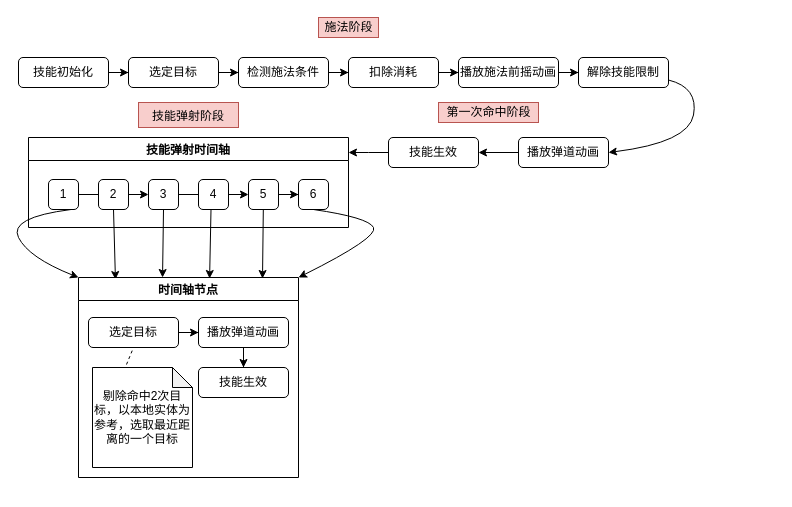
Above: Untitled Diagram.drawio in yuejin86/book (draw.io), before the change. Source tidied: cells renumbered, new cells numbered last; positions are measured from the earlier drawing's top-left corner, leaving out a move shared by most shapes. Both pictures are drawn from the tidied source at 100%, with x=0, y=0 at pixel (8, 17).
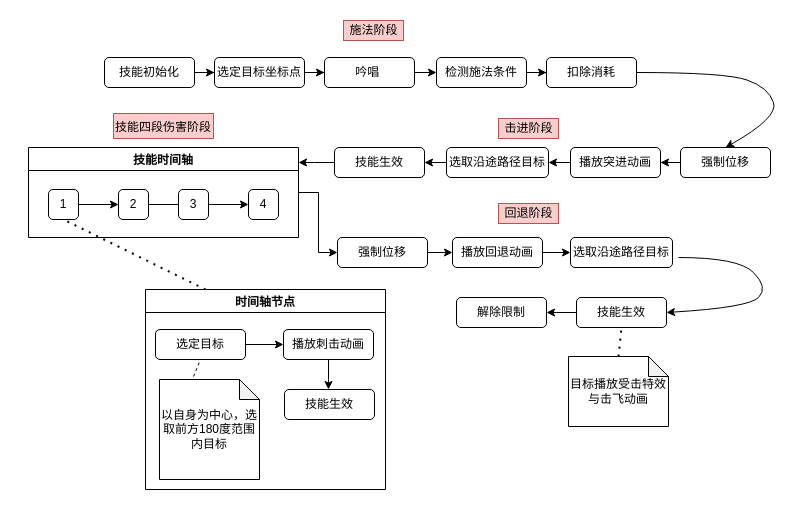
The same diagram, later.

The change refers to these unchanged cells:
```xml
<mxCell id="22" value="1" style="rounded=1;whiteSpace=wrap;html=1;" parent="20" vertex="1">
  <mxGeometry x="20" y="42" width="30" height="30" as="geometry" />
</mxCell>
```

Change to the diagram source:
```diff
@@
     <mxCell id="3" value="技能初始化" style="rounded=1;whiteSpace=wrap;html=1;" parent="1" vertex="1">
-      <mxGeometry x="10" y="40" width="90" height="30" as="geometry" />
+      <mxGeometry x="96" y="40" width="90" height="30" as="geometry" />
     </mxCell>
-    <mxCell id="4" style="edgeStyle=orthogonalEdgeStyle;rounded=0;jettySize=auto;html=1;" parent="1" edge="1" source="5" target="7">
-      <mxGeometry relative="1" as="geometry" />
-    </mxCell>
+    <mxCell id="45" style="edgeStyle=orthogonalEdgeStyle;rounded=0;jettySize=auto;html=1;" parent="1" edge="1" source="5" target="56">
+      <mxGeometry relative="1" as="geometry" />
+    </mxCell>
-    <mxCell id="5" value="选定目标" style="rounded=1;whiteSpace=wrap;html=1;" parent="1" vertex="1">
-      <mxGeometry x="120" y="40" width="90" height="30" as="geometry" />
+    <mxCell id="5" value="选定目标坐标点" style="rounded=1;whiteSpace=wrap;html=1;" parent="1" vertex="1">
+      <mxGeometry x="206" y="40" width="90" height="30" as="geometry" />
     </mxCell>
@@
     <mxCell id="7" value="检测施法条件" style="rounded=1;whiteSpace=wrap;html=1;" parent="1" vertex="1">
-      <mxGeometry x="230" y="40" width="90" height="30" as="geometry" />
+      <mxGeometry x="428" y="40" width="90" height="30" as="geometry" />
     </mxCell>
-    <mxCell id="8" style="edgeStyle=orthogonalEdgeStyle;rounded=0;jettySize=auto;html=1;" parent="1" edge="1" source="9" target="11">
-      <mxGeometry relative="1" as="geometry" />
-    </mxCell>
     <mxCell id="9" value="扣除消耗" style="rounded=1;whiteSpace=wrap;html=1;" parent="1" vertex="1">
-      <mxGeometry x="340" y="40" width="90" height="30" as="geometry" />
+      <mxGeometry x="538" y="40" width="90" height="30" as="geometry" />
     </mxCell>
-    <mxCell id="10" style="edgeStyle=orthogonalEdgeStyle;rounded=0;jettySize=auto;html=1;" parent="1" edge="1" source="11" target="12">
-      <mxGeometry relative="1" as="geometry" />
-    </mxCell>
-    <mxCell id="11" value="播放施法前摇动画" style="rounded=1;whiteSpace=wrap;html=1;" parent="1" vertex="1">
-      <mxGeometry x="450" y="40" width="100" height="30" as="geometry" />
-    </mxCell>
-    <mxCell id="12" value="解除技能限制" style="rounded=1;whiteSpace=wrap;html=1;" parent="1" vertex="1">
-      <mxGeometry x="570" y="40" width="90" height="30" as="geometry" />
-    </mxCell>
@@
-    <mxCell id="14" value="播放弹道动画" style="rounded=1;whiteSpace=wrap;html=1;" parent="1" vertex="1">
-      <mxGeometry x="510" y="120" width="90" height="30" as="geometry" />
+    <mxCell id="14" value="强制位移" style="rounded=1;whiteSpace=wrap;html=1;" parent="1" vertex="1">
+      <mxGeometry x="672" y="130" width="90" height="30" as="geometry" />
     </mxCell>
-    <mxCell id="15" style="edgeStyle=orthogonalEdgeStyle;rounded=0;jettySize=auto;html=1;" parent="1" edge="1" source="16">
-      <mxGeometry relative="1" as="geometry">
-        <mxPoint x="340" y="135" as="targetPoint" />
-      </mxGeometry>
+    <mxCell id="15" style="edgeStyle=orthogonalEdgeStyle;rounded=0;jettySize=auto;html=1;entryX=1;entryY=0.5;entryDx=0;entryDy=0;" parent="1" edge="1" source="16" target="52">
+      <mxGeometry relative="1" as="geometry" />
     </mxCell>
-    <mxCell id="16" value="技能生效" style="rounded=1;whiteSpace=wrap;html=1;" parent="1" vertex="1">
-      <mxGeometry x="380" y="120" width="90" height="30" as="geometry" />
+    <mxCell id="16" value="播放突进动画" style="rounded=1;whiteSpace=wrap;html=1;" parent="1" vertex="1">
+      <mxGeometry x="562" y="130" width="90" height="30" as="geometry" />
     </mxCell>
-    <mxCell id="17" style="curved=1;endArrow=classic;html=1;rounded=0;entryX=1;entryY=0.5;entryDx=0;entryDy=0;exitX=1;exitY=0.75;exitDx=0;exitDy=0;" parent="1" edge="1" source="12" target="14">
+    <mxCell id="17" style="curved=1;endArrow=classic;html=1;rounded=0;entryX=0.5;entryY=0;entryDx=0;entryDy=0;" parent="1" edge="1" source="9" target="14">
       <mxGeometry relative="1" as="geometry">
         <Array as="points">
-          <mxPoint x="690" y="70" />
-          <mxPoint x="680" y="125" />
+          <mxPoint x="717" y="55" />
+          <mxPoint x="760" y="70" />
+          <mxPoint x="770" y="100" />
         </Array>
       </mxGeometry>
     </mxCell>
     <mxCell id="18" value="施法阶段" style="text;html=1;align=center;verticalAlign=middle;strokeColor=#b85450;fillColor=#f8cecc;" parent="1" vertex="1">
-      <mxGeometry x="310" width="60" height="20" as="geometry" />
+      <mxGeometry x="335" y="3" width="60" height="20" as="geometry" />
     </mxCell>
-    <mxCell id="19" value="第一次命中阶段" style="text;html=1;align=center;verticalAlign=middle;strokeColor=#b85450;fillColor=#f8cecc;" parent="1" vertex="1">
-      <mxGeometry x="430" y="85" width="100" height="20" as="geometry" />
+    <mxCell id="19" value="击进阶段" style="text;html=1;align=center;verticalAlign=middle;strokeColor=#b85450;fillColor=#f8cecc;" parent="1" vertex="1">
+      <mxGeometry x="490" y="101" width="60" height="20" as="geometry" />
     </mxCell>
+    <mxCell id="46" style="edgeStyle=orthogonalEdgeStyle;rounded=0;jettySize=auto;html=1;" parent="1" edge="1" source="20" target="59">
+      <mxGeometry relative="1" as="geometry" />
+    </mxCell>
-    <mxCell id="20" value="技能弹射时间轴" style="swimlane;" parent="1" vertex="1">
-      <mxGeometry x="20" y="120" width="320" height="90" as="geometry" />
+    <mxCell id="20" value="技能时间轴" style="swimlane;" parent="1" vertex="1">
+      <mxGeometry x="20" y="130" width="270" height="90" as="geometry" />
     </mxCell>
-    <mxCell id="21" style="edgeStyle=orthogonalEdgeStyle;rounded=0;jettySize=auto;html=1;" parent="20" edge="1" source="22" target="25">
+    <mxCell id="21" style="edgeStyle=orthogonalEdgeStyle;rounded=0;jettySize=auto;html=1;entryX=0;entryY=0.5;entryDx=0;entryDy=0;" parent="20" edge="1" source="22" target="23">
       <mxGeometry relative="1" as="geometry" />
     </mxCell>
@@
+    <mxCell id="47" style="edgeStyle=orthogonalEdgeStyle;rounded=0;jettySize=auto;html=1;startArrow=none;" parent="20" edge="1" source="25" target="26">
+      <mxGeometry relative="1" as="geometry" />
+    </mxCell>
     <mxCell id="23" value="2" style="rounded=1;whiteSpace=wrap;html=1;" parent="20" vertex="1">
-      <mxGeometry x="70" y="42" width="30" height="30" as="geometry" />
+      <mxGeometry x="90" y="42" width="30" height="30" as="geometry" />
     </mxCell>
-    <mxCell id="24" style="edgeStyle=orthogonalEdgeStyle;rounded=0;jettySize=auto;html=1;" parent="20" edge="1" source="25" target="28">
-      <mxGeometry relative="1" as="geometry" />
-    </mxCell>
+    <mxCell id="27" style="edgeStyle=orthogonalEdgeStyle;rounded=0;orthogonalLoop=1;jettySize=auto;html=1;" parent="20" edge="1">
+      <mxGeometry relative="1" as="geometry">
+        <mxPoint x="250" y="57" as="sourcePoint" />
+      </mxGeometry>
+    </mxCell>
+    <mxCell id="26" value="4" style="rounded=1;whiteSpace=wrap;html=1;" parent="20" vertex="1">
+      <mxGeometry x="220" y="42" width="30" height="30" as="geometry" />
+    </mxCell>
     <mxCell id="25" value="3" style="rounded=1;whiteSpace=wrap;html=1;" parent="20" vertex="1">
-      <mxGeometry x="120" y="42" width="30" height="30" as="geometry" />
+      <mxGeometry x="150" y="42" width="30" height="30" as="geometry" />
     </mxCell>
-    <mxCell id="26" value="4" style="rounded=1;whiteSpace=wrap;html=1;" parent="20" vertex="1">
-      <mxGeometry x="170" y="42" width="30" height="30" as="geometry" />
-    </mxCell>
-    <mxCell id="27" style="edgeStyle=orthogonalEdgeStyle;rounded=0;jettySize=auto;html=1;" parent="20" edge="1" source="28" target="29">
-      <mxGeometry relative="1" as="geometry" />
-    </mxCell>
-    <mxCell id="28" value="5" style="rounded=1;whiteSpace=wrap;html=1;" parent="20" vertex="1">
-      <mxGeometry x="220" y="42" width="30" height="30" as="geometry" />
-    </mxCell>
-    <mxCell id="29" value="6" style="rounded=1;whiteSpace=wrap;html=1;" parent="20" vertex="1">
-      <mxGeometry x="270" y="42" width="30" height="30" as="geometry" />
-    </mxCell>
-    <mxCell id="30" style="curved=1;endArrow=classic;html=1;rounded=0;exitX=0.75;exitY=1;exitDx=0;exitDy=0;entryX=0;entryY=0;entryDx=0;entryDy=0;" parent="1" edge="1" source="22" target="36">
-      <mxGeometry relative="1" as="geometry">
-        <Array as="points">
-          <mxPoint y="200" />
-          <mxPoint x="20" y="240" />
-        </Array>
-      </mxGeometry>
-    </mxCell>
+    <mxCell id="48" style="edgeStyle=orthogonalEdgeStyle;rounded=0;jettySize=auto;html=1;endArrow=none;" parent="20" edge="1" source="23" target="25">
+      <mxGeometry relative="1" as="geometry" />
+    </mxCell>
-    <mxCell id="31" value="技能弹射阶段" style="text;whiteSpace=wrap;html=1;fillColor=#f8cecc;strokeColor=#b85450;align=center;" parent="1" vertex="1">
-      <mxGeometry x="130" y="85" width="100" height="25" as="geometry" />
+    <mxCell id="31" value="技能四段伤害阶段" style="text;whiteSpace=wrap;html=1;fillColor=#f8cecc;strokeColor=#b85450;align=center;" parent="1" vertex="1">
+      <mxGeometry x="105" y="96" width="100" height="25" as="geometry" />
     </mxCell>
-    <mxCell id="32" style="endArrow=classic;html=1;rounded=0;exitX=0.5;exitY=1;exitDx=0;exitDy=0;entryX=0.168;entryY=0.01;entryDx=0;entryDy=0;entryPerimeter=0;" parent="1" edge="1" source="23" target="36">
-      <mxGeometry relative="1" as="geometry" />
-    </mxCell>
-    <mxCell id="33" style="endArrow=classic;html=1;rounded=0;exitX=0.5;exitY=1;exitDx=0;exitDy=0;entryX=0.382;entryY=0;entryDx=0;entryDy=0;entryPerimeter=0;" parent="1" edge="1" source="25" target="36">
-      <mxGeometry relative="1" as="geometry" />
-    </mxCell>
-    <mxCell id="34" style="endArrow=classic;html=1;rounded=0;exitX=0.25;exitY=1;exitDx=0;exitDy=0;entryX=0.573;entryY=0.005;entryDx=0;entryDy=0;entryPerimeter=0;" parent="1" edge="1">
-      <mxGeometry relative="1" as="geometry">
-        <mxPoint x="202.5" y="192" as="sourcePoint" />
-        <mxPoint x="201.1" y="261" as="targetPoint" />
-      </mxGeometry>
-    </mxCell>
-    <mxCell id="35" style="endArrow=classic;html=1;rounded=0;" parent="1" edge="1" source="28">
-      <mxGeometry relative="1" as="geometry">
-        <mxPoint x="254" y="261" as="targetPoint" />
-        <Array as="points">
-          <mxPoint x="254" y="261" />
-        </Array>
-      </mxGeometry>
-    </mxCell>
     <mxCell id="36" value="时间轴节点" style="swimlane;" parent="1" vertex="1">
-      <mxGeometry x="70" y="260" width="220" height="200" as="geometry" />
+      <mxGeometry x="137" y="272" width="240" height="200" as="geometry" />
     </mxCell>
@@
-    <mxCell id="38" style="edgeStyle=orthogonalEdgeStyle;rounded=0;jettySize=auto;html=1;" parent="36" edge="1" source="39" target="43">
-      <mxGeometry relative="1" as="geometry" />
+    <mxCell id="38" style="edgeStyle=orthogonalEdgeStyle;rounded=0;jettySize=auto;html=1;" parent="36" edge="1" source="39">
+      <mxGeometry relative="1" as="geometry">
+        <mxPoint x="183" y="100" as="targetPoint" />
+      </mxGeometry>
     </mxCell>
-    <mxCell id="39" value="播放弹道动画" style="rounded=1;whiteSpace=wrap;html=1;" parent="36" vertex="1">
-      <mxGeometry x="120" y="40" width="90" height="30" as="geometry" />
+    <mxCell id="39" value="播放刺击动画" style="rounded=1;whiteSpace=wrap;html=1;" parent="36" vertex="1">
+      <mxGeometry x="138" y="40" width="90" height="30" as="geometry" />
     </mxCell>
@@
-    <mxCell id="41" value="剔除命中2次目标，以本地实体为参考，选取最近距离的一个目标" style="shape=note;whiteSpace=wrap;html=1;backgroundOutline=1;darkOpacity=0.05;size=20;" parent="36" vertex="1">
+    <mxCell id="41" value="以自身为中心，选取前方180度范围内目标" style="shape=note;whiteSpace=wrap;html=1;backgroundOutline=1;darkOpacity=0.05;size=20;" parent="36" vertex="1">
       <mxGeometry x="14" y="90" width="100" height="100" as="geometry" />
     </mxCell>
@@
-    <mxCell id="43" value="技能生效" style="rounded=1;whiteSpace=wrap;html=1;" parent="36" vertex="1">
-      <mxGeometry x="120" y="90" width="90" height="30" as="geometry" />
-    </mxCell>
-    <mxCell id="44" style="curved=1;endArrow=classic;html=1;rounded=0;exitX=0.5;exitY=1;exitDx=0;exitDy=0;entryX=1;entryY=0;entryDx=0;entryDy=0;" parent="1" edge="1" source="29" target="36">
-      <mxGeometry relative="1" as="geometry">
-        <Array as="points">
-          <mxPoint x="360" y="200" />
-          <mxPoint x="370" y="220" />
-        </Array>
-      </mxGeometry>
-    </mxCell>
+    <mxCell id="49" value="技能生效" style="rounded=1;whiteSpace=wrap;html=1;" parent="36" vertex="1">
+      <mxGeometry x="139" y="100" width="90" height="30" as="geometry" />
+    </mxCell>
+    <mxCell id="50" style="edgeStyle=orthogonalEdgeStyle;rounded=0;orthogonalLoop=1;jettySize=auto;html=1;exitX=0.5;exitY=1;exitDx=0;exitDy=0;" parent="1" edge="1" source="14" target="14">
+      <mxGeometry relative="1" as="geometry" />
+    </mxCell>
+    <mxCell id="51" style="edgeStyle=orthogonalEdgeStyle;rounded=0;jettySize=auto;html=1;" parent="1" edge="1" source="52" target="54">
+      <mxGeometry relative="1" as="geometry" />
+    </mxCell>
+    <mxCell id="52" value="选取沿途路径目标" style="rounded=1;whiteSpace=wrap;html=1;" parent="1" vertex="1">
+      <mxGeometry x="438" y="130" width="102" height="30" as="geometry" />
+    </mxCell>
+    <mxCell id="53" style="edgeStyle=orthogonalEdgeStyle;rounded=0;jettySize=auto;html=1;" parent="1" edge="1" source="54">
+      <mxGeometry relative="1" as="geometry">
+        <mxPoint x="290" y="145" as="targetPoint" />
+      </mxGeometry>
+    </mxCell>
+    <mxCell id="54" value="技能生效" style="rounded=1;whiteSpace=wrap;html=1;" parent="1" vertex="1">
+      <mxGeometry x="326" y="130" width="90" height="30" as="geometry" />
+    </mxCell>
+    <mxCell id="55" style="edgeStyle=orthogonalEdgeStyle;rounded=0;jettySize=auto;html=1;" parent="1" edge="1" source="56" target="7">
+      <mxGeometry relative="1" as="geometry" />
+    </mxCell>
+    <mxCell id="56" value="吟唱&amp;nbsp;" style="rounded=1;whiteSpace=wrap;html=1;" parent="1" vertex="1">
+      <mxGeometry x="316" y="40" width="90" height="30" as="geometry" />
+    </mxCell>
+    <mxCell id="57" value="回退阶段" style="text;html=1;align=center;verticalAlign=middle;strokeColor=#b85450;fillColor=#f8cecc;" parent="1" vertex="1">
+      <mxGeometry x="490" y="186" width="60" height="20" as="geometry" />
+    </mxCell>
+    <mxCell id="58" style="edgeStyle=orthogonalEdgeStyle;rounded=0;jettySize=auto;html=1;" parent="1" edge="1" source="59" target="61">
+      <mxGeometry relative="1" as="geometry" />
+    </mxCell>
+    <mxCell id="59" value="强制位移" style="rounded=1;whiteSpace=wrap;html=1;" parent="1" vertex="1">
+      <mxGeometry x="329" y="220" width="90" height="30" as="geometry" />
+    </mxCell>
+    <mxCell id="60" style="edgeStyle=orthogonalEdgeStyle;rounded=0;jettySize=auto;html=1;" parent="1" edge="1" source="61" target="62">
+      <mxGeometry relative="1" as="geometry" />
+    </mxCell>
+    <mxCell id="61" value="播放回退动画" style="rounded=1;whiteSpace=wrap;html=1;" parent="1" vertex="1">
+      <mxGeometry x="444" y="220" width="90" height="30" as="geometry" />
+    </mxCell>
+    <mxCell id="62" value="选取沿途路径目标" style="rounded=1;whiteSpace=wrap;html=1;" parent="1" vertex="1">
+      <mxGeometry x="562" y="220" width="102" height="30" as="geometry" />
+    </mxCell>
+    <mxCell id="63" style="edgeStyle=orthogonalEdgeStyle;rounded=0;jettySize=auto;html=1;" parent="1" edge="1" source="64">
+      <mxGeometry relative="1" as="geometry">
+        <mxPoint x="538" y="295" as="targetPoint" />
+      </mxGeometry>
+    </mxCell>
+    <mxCell id="64" value="技能生效" style="rounded=1;whiteSpace=wrap;html=1;" parent="1" vertex="1">
+      <mxGeometry x="568" y="280" width="90" height="30" as="geometry" />
+    </mxCell>
+    <mxCell id="65" value="解除限制" style="rounded=1;whiteSpace=wrap;html=1;" parent="1" vertex="1">
+      <mxGeometry x="448" y="280" width="90" height="30" as="geometry" />
+    </mxCell>
+    <mxCell id="66" value="目标播放受击特效与击飞动画" style="shape=note;whiteSpace=wrap;html=1;backgroundOutline=1;darkOpacity=0.05;size=20;" parent="1" vertex="1">
+      <mxGeometry x="560" y="339" width="100" height="70" as="geometry" />
+    </mxCell>
+    <mxCell id="67" style="endArrow=none;dashed=1;html=1;dashPattern=1 3;strokeWidth=2;rounded=0;entryX=0.5;entryY=1;entryDx=0;entryDy=0;exitX=0.5;exitY=0;exitDx=0;exitDy=0;exitPerimeter=0;" parent="1" edge="1" source="66" target="64">
+      <mxGeometry relative="1" as="geometry" />
+    </mxCell>
+    <mxCell id="68" style="curved=1;endArrow=classic;html=1;rounded=0;entryX=1;entryY=0.5;entryDx=0;entryDy=0;" parent="1" edge="1" target="64">
+      <mxGeometry relative="1" as="geometry">
+        <mxPoint x="670" y="240" as="sourcePoint" />
+        <Array as="points">
+          <mxPoint x="730" y="240" />
+          <mxPoint x="760" y="270" />
+          <mxPoint x="740" y="290" />
+        </Array>
+      </mxGeometry>
+    </mxCell>
+    <mxCell id="69" style="endArrow=none;dashed=1;html=1;dashPattern=1 3;strokeWidth=2;rounded=0;entryX=0.5;entryY=1;entryDx=0;entryDy=0;exitX=0.25;exitY=0;exitDx=0;exitDy=0;" parent="1" edge="1" source="36" target="22">
+      <mxGeometry relative="1" as="geometry" />
+    </mxCell>
```
